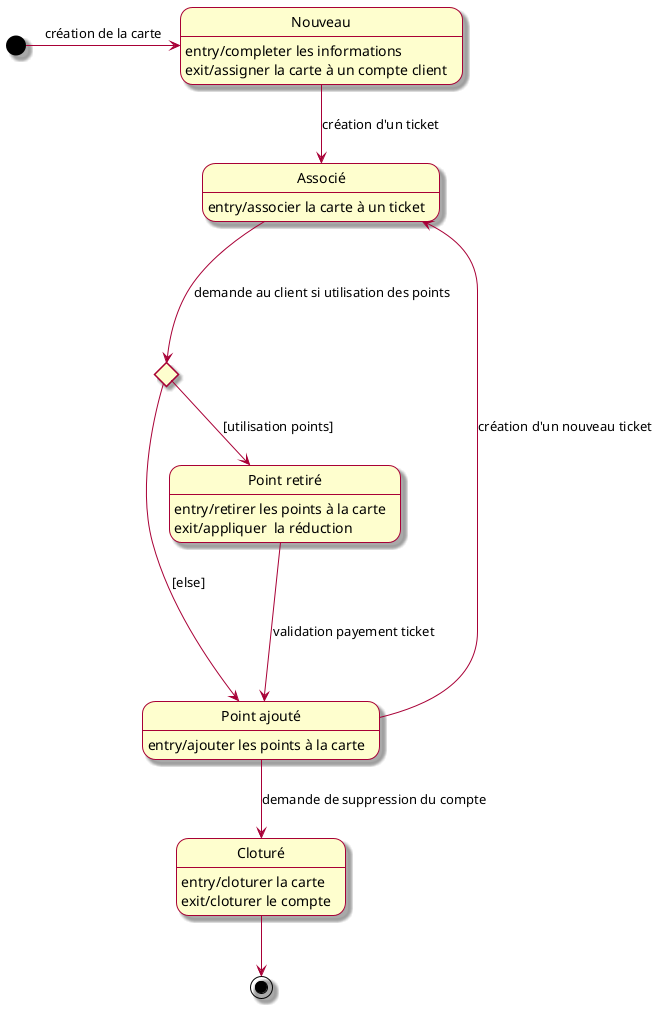
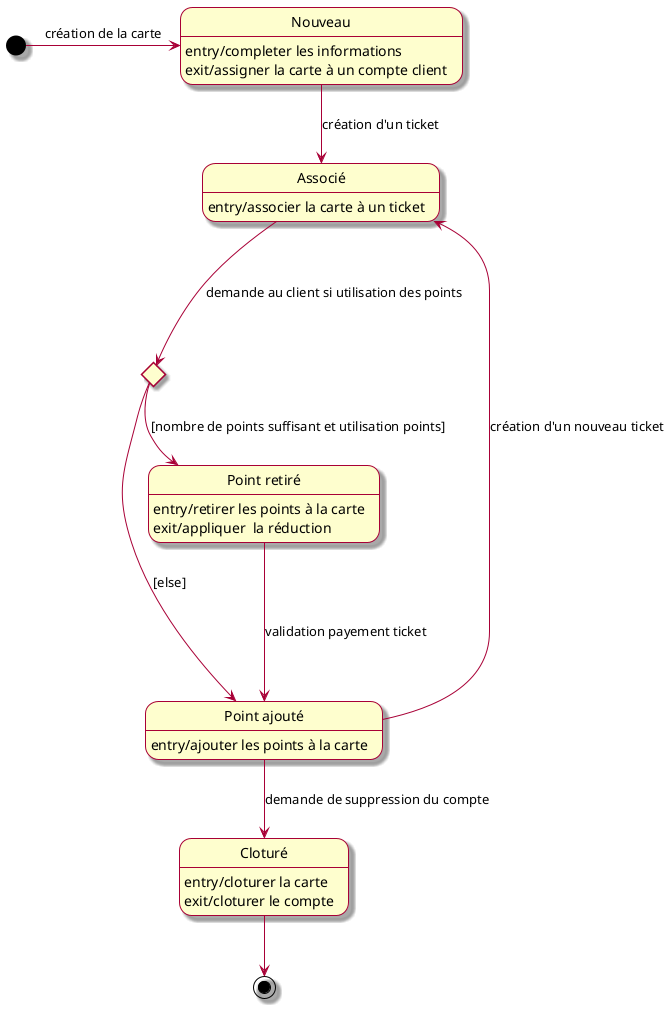
@startuml
skin rose
state choice <<choice>>

state "Nouveau" as nouv
nouv: entry/completer les informations
nouv: exit/assigner la carte à un compte client

state "Associé" as asso
asso: entry/associer la carte à un ticket

state "Point ajouté" as ptajout
ptajout: entry/ajouter les points à la carte

state "Point retiré" as ptret
ptret: entry/retirer les points à la carte
ptret: exit/appliquer  la réduction

state "Cloturé" as clot
clot: entry/cloturer la carte
clot: exit/cloturer le compte

[*] -right-> nouv :création de la carte
nouv --> asso :création d'un ticket

asso ---> choice :demande au client si utilisation des points
- choice --> ptret :[utilisation points]
+ choice --> ptret :[nombre de points suffisant et utilisation points]
choice --> ptajout :[else]
ptret ---> ptajout :validation payement ticket

- ptajout -----> asso :création d'un nouveau ticket
+ ptajout --> asso :création d'un nouveau ticket
ptajout --> clot :demande de suppression du compte
clot --> [*]
@enduml
